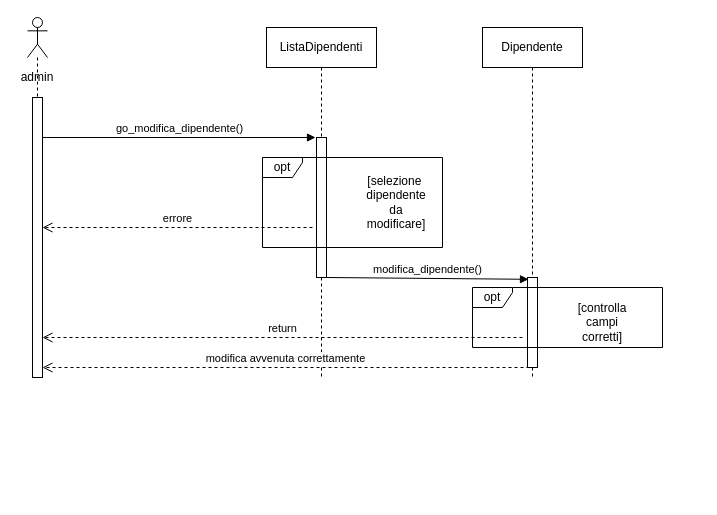
Earlier version of the draw.io diagram Diagrammi_delle_sequenze/modificabili/diagramma_modifica_dipendente.drawio (fd-col/ProgettoIngegneriaDelSoftware). Source tidied: cells renumbered, new cells numbered last; positions are measured from the earlier drawing's top-left corner, leaving out a move shared by most shapes. Both pictures are drawn from the tidied source at 100%, with x=0, y=0 at pixel (17, 17).
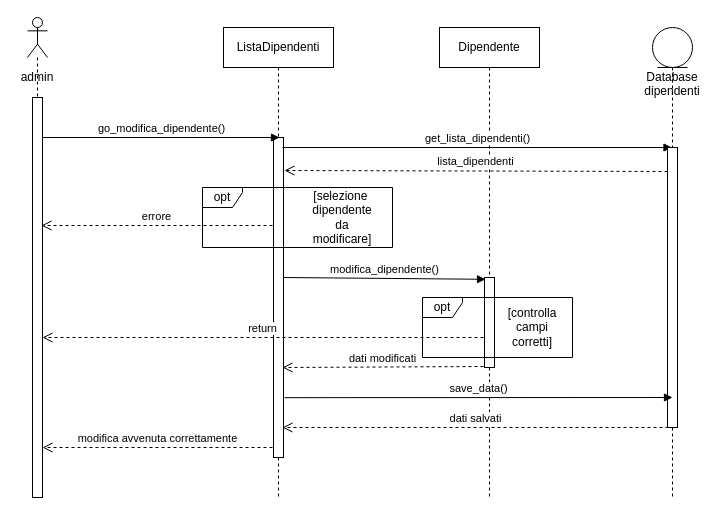
The same diagram, later.

Unchanged cells that the change refers to:
```xml
<mxCell id="10" style="html=1;points=[];perimeter=orthogonalPerimeter;" parent="9" vertex="1">
  <mxGeometry x="45" y="250" width="10" height="90" as="geometry" />
</mxCell>
```

The edit, as a diff of the source:
```diff
@@
     <mxCell id="3" style="html=1;points=[];perimeter=orthogonalPerimeter;" parent="1" vertex="1">
-      <mxGeometry x="15" y="80" width="10" height="280" as="geometry" />
+      <mxGeometry x="15" y="80" width="10" height="400" as="geometry" />
     </mxCell>
@@
     <mxCell id="5" value="&lt;div&gt;ListaDipendenti&lt;/div&gt;" style="shape=umlLifeline;perimeter=lifelinePerimeter;whiteSpace=wrap;html=1;" parent="1" vertex="1">
-      <mxGeometry x="249" y="10" width="110" height="350" as="geometry" />
+      <mxGeometry x="206" y="10" width="110" height="470" as="geometry" />
     </mxCell>
     <mxCell id="6" style="html=1;points=[];perimeter=orthogonalPerimeter;" parent="5" vertex="1">
-      <mxGeometry x="50" y="110" width="10" height="140" as="geometry" />
+      <mxGeometry x="50" y="110" width="10" height="320" as="geometry" />
     </mxCell>
-    <mxCell id="7" value="go_modifica_dipendente()" style="html=1;verticalAlign=bottom;endArrow=block;" parent="1" edge="1">
+    <mxCell id="7" value="go_modifica_dipendente()" style="html=1;verticalAlign=bottom;endArrow=block;entryX=0.6;entryY=0;entryDx=0;entryDy=0;entryPerimeter=0;" parent="1" edge="1" target="6">
       <mxGeometry relative="1" as="geometry">
         <mxPoint x="25" y="120" as="sourcePoint" />
-        <mxPoint x="298" y="120" as="targetPoint" />
       </mxGeometry>
     </mxCell>
-    <mxCell id="8" value="errore" style="html=1;verticalAlign=bottom;endArrow=open;dashed=1;endSize=8;" parent="1" edge="1">
-      <mxGeometry relative="1" as="geometry">
-        <mxPoint x="295" y="210" as="sourcePoint" />
-        <mxPoint x="25" y="210" as="targetPoint" />
-      </mxGeometry>
+    <mxCell id="8" value="errore" style="html=1;verticalAlign=bottom;endArrow=open;dashed=1;endSize=8;exitX=-0.1;exitY=0.275;exitDx=0;exitDy=0;exitPerimeter=0;entryX=0.9;entryY=0.32;entryDx=0;entryDy=0;entryPerimeter=0;" parent="1" edge="1" source="6" target="3">
+      <mxGeometry relative="1" as="geometry" />
     </mxCell>
     <mxCell id="9" value="Dipendente" style="shape=umlLifeline;perimeter=lifelinePerimeter;whiteSpace=wrap;html=1;" parent="1" vertex="1">
-      <mxGeometry x="465" y="10" width="100" height="350" as="geometry" />
+      <mxGeometry x="422" y="10" width="100" height="470" as="geometry" />
     </mxCell>
@@
     <mxCell id="11" value="modifica_dipendente()" style="html=1;verticalAlign=bottom;endArrow=block;entryX=0.1;entryY=0.02;entryDx=0;entryDy=0;entryPerimeter=0;" parent="1" edge="1" target="10">
       <mxGeometry relative="1" as="geometry">
-        <mxPoint x="309" y="260" as="sourcePoint" />
+        <mxPoint x="266" y="260" as="sourcePoint" />
       </mxGeometry>
     </mxCell>
     <mxCell id="12" value="opt" style="shape=umlFrame;whiteSpace=wrap;html=1;width=40;height=20;" parent="1" vertex="1">
-      <mxGeometry x="245" y="140" width="180" height="90" as="geometry" />
+      <mxGeometry x="185" y="170" width="190" height="60" as="geometry" />
     </mxCell>
     <mxCell id="13" value="[selezione&amp;nbsp; dipendente da modificare]" style="text;html=1;strokeColor=none;fillColor=none;align=center;verticalAlign=middle;whiteSpace=wrap;rounded=0;" parent="1" vertex="1">
-      <mxGeometry x="359" y="175" width="40" height="20" as="geometry" />
+      <mxGeometry x="305" y="190" width="40" height="20" as="geometry" />
     </mxCell>
     <mxCell id="14" value="opt" style="shape=umlFrame;whiteSpace=wrap;html=1;width=40;height=20;" parent="1" vertex="1">
-      <mxGeometry x="455" y="270" width="190" height="60" as="geometry" />
+      <mxGeometry x="405" y="280" width="150" height="60" as="geometry" />
     </mxCell>
     <mxCell id="15" value="&lt;div&gt;[controlla campi&lt;/div&gt;&lt;div&gt;corretti]&lt;/div&gt;" style="text;html=1;strokeColor=none;fillColor=none;align=center;verticalAlign=middle;whiteSpace=wrap;rounded=0;" parent="1" vertex="1">
-      <mxGeometry x="565" y="295" width="40" height="20" as="geometry" />
+      <mxGeometry x="495" y="300" width="40" height="20" as="geometry" />
     </mxCell>
-    <mxCell id="16" value="return" style="html=1;verticalAlign=bottom;endArrow=open;dashed=1;endSize=8;" parent="1" edge="1">
+    <mxCell id="16" value="return" style="html=1;verticalAlign=bottom;endArrow=open;dashed=1;endSize=8;exitX=-0.1;exitY=0.667;exitDx=0;exitDy=0;exitPerimeter=0;" parent="1" edge="1" source="10">
       <mxGeometry relative="1" as="geometry">
-        <mxPoint x="505" y="320" as="sourcePoint" />
         <mxPoint x="25" y="320" as="targetPoint" />
       </mxGeometry>
     </mxCell>
-    <mxCell id="17" value="&lt;div&gt;modifica avvenuta correttamente&lt;/div&gt;" style="html=1;verticalAlign=bottom;endArrow=open;dashed=1;endSize=8;" parent="1" edge="1">
+    <mxCell id="17" value="&lt;div&gt;dati modificati&lt;/div&gt;" style="html=1;verticalAlign=bottom;endArrow=open;dashed=1;endSize=8;exitX=-0.1;exitY=0.989;exitDx=0;exitDy=0;exitPerimeter=0;" parent="1" edge="1" source="10">
       <mxGeometry relative="1" as="geometry">
-        <mxPoint x="512" y="350" as="sourcePoint" />
-        <mxPoint x="25" y="350" as="targetPoint" />
+        <mxPoint x="265" y="350" as="targetPoint" />
       </mxGeometry>
     </mxCell>
+    <mxCell id="18" value="Database&lt;br&gt;dipendenti" style="shape=umlLifeline;participant=umlEntity;perimeter=lifelinePerimeter;whiteSpace=wrap;html=1;verticalAlign=top;spacingTop=36;outlineConnect=0;" parent="1" vertex="1">
+      <mxGeometry x="635" y="10" width="40" height="470" as="geometry" />
+    </mxCell>
+    <mxCell id="19" value="get_lista_dipendenti()" style="html=1;verticalAlign=bottom;endArrow=block;" parent="1" edge="1" target="18">
+      <mxGeometry relative="1" as="geometry">
+        <mxPoint x="265" y="130" as="sourcePoint" />
+      </mxGeometry>
+    </mxCell>
+    <mxCell id="20" style="html=1;perimeter=orthogonalPerimeter;" parent="1" vertex="1">
+      <mxGeometry x="650" y="130" width="10" height="280" as="geometry" />
+    </mxCell>
+    <mxCell id="21" value="lista_dipendenti" style="html=1;verticalAlign=bottom;endArrow=open;dashed=1;endSize=8;entryX=1.1;entryY=0.207;entryDx=0;entryDy=0;entryPerimeter=0;" parent="1" edge="1">
+      <mxGeometry relative="1" as="geometry">
+        <mxPoint x="650" y="154" as="sourcePoint" />
+        <mxPoint x="267" y="153" as="targetPoint" />
+      </mxGeometry>
+    </mxCell>
+    <mxCell id="22" value="save_data()" style="html=1;verticalAlign=bottom;endArrow=block;exitX=1.1;exitY=0.813;exitDx=0;exitDy=0;exitPerimeter=0;" parent="1" edge="1" source="6">
+      <mxGeometry relative="1" as="geometry">
+        <mxPoint x="655" y="380" as="targetPoint" />
+      </mxGeometry>
+    </mxCell>
+    <mxCell id="23" value="dati salvati" style="html=1;verticalAlign=bottom;endArrow=open;dashed=1;endSize=8;" parent="1" edge="1">
+      <mxGeometry relative="1" as="geometry">
+        <mxPoint x="651" y="410" as="sourcePoint" />
+        <mxPoint x="265" y="410" as="targetPoint" />
+      </mxGeometry>
+    </mxCell>
+    <mxCell id="24" value="modifica avvenuta correttamente" style="html=1;verticalAlign=bottom;endArrow=open;dashed=1;endSize=8;entryX=1;entryY=0.875;entryDx=0;entryDy=0;entryPerimeter=0;" parent="1" edge="1" target="3">
+      <mxGeometry relative="1" as="geometry">
+        <mxPoint x="255" y="430" as="sourcePoint" />
+      </mxGeometry>
+    </mxCell>
```
